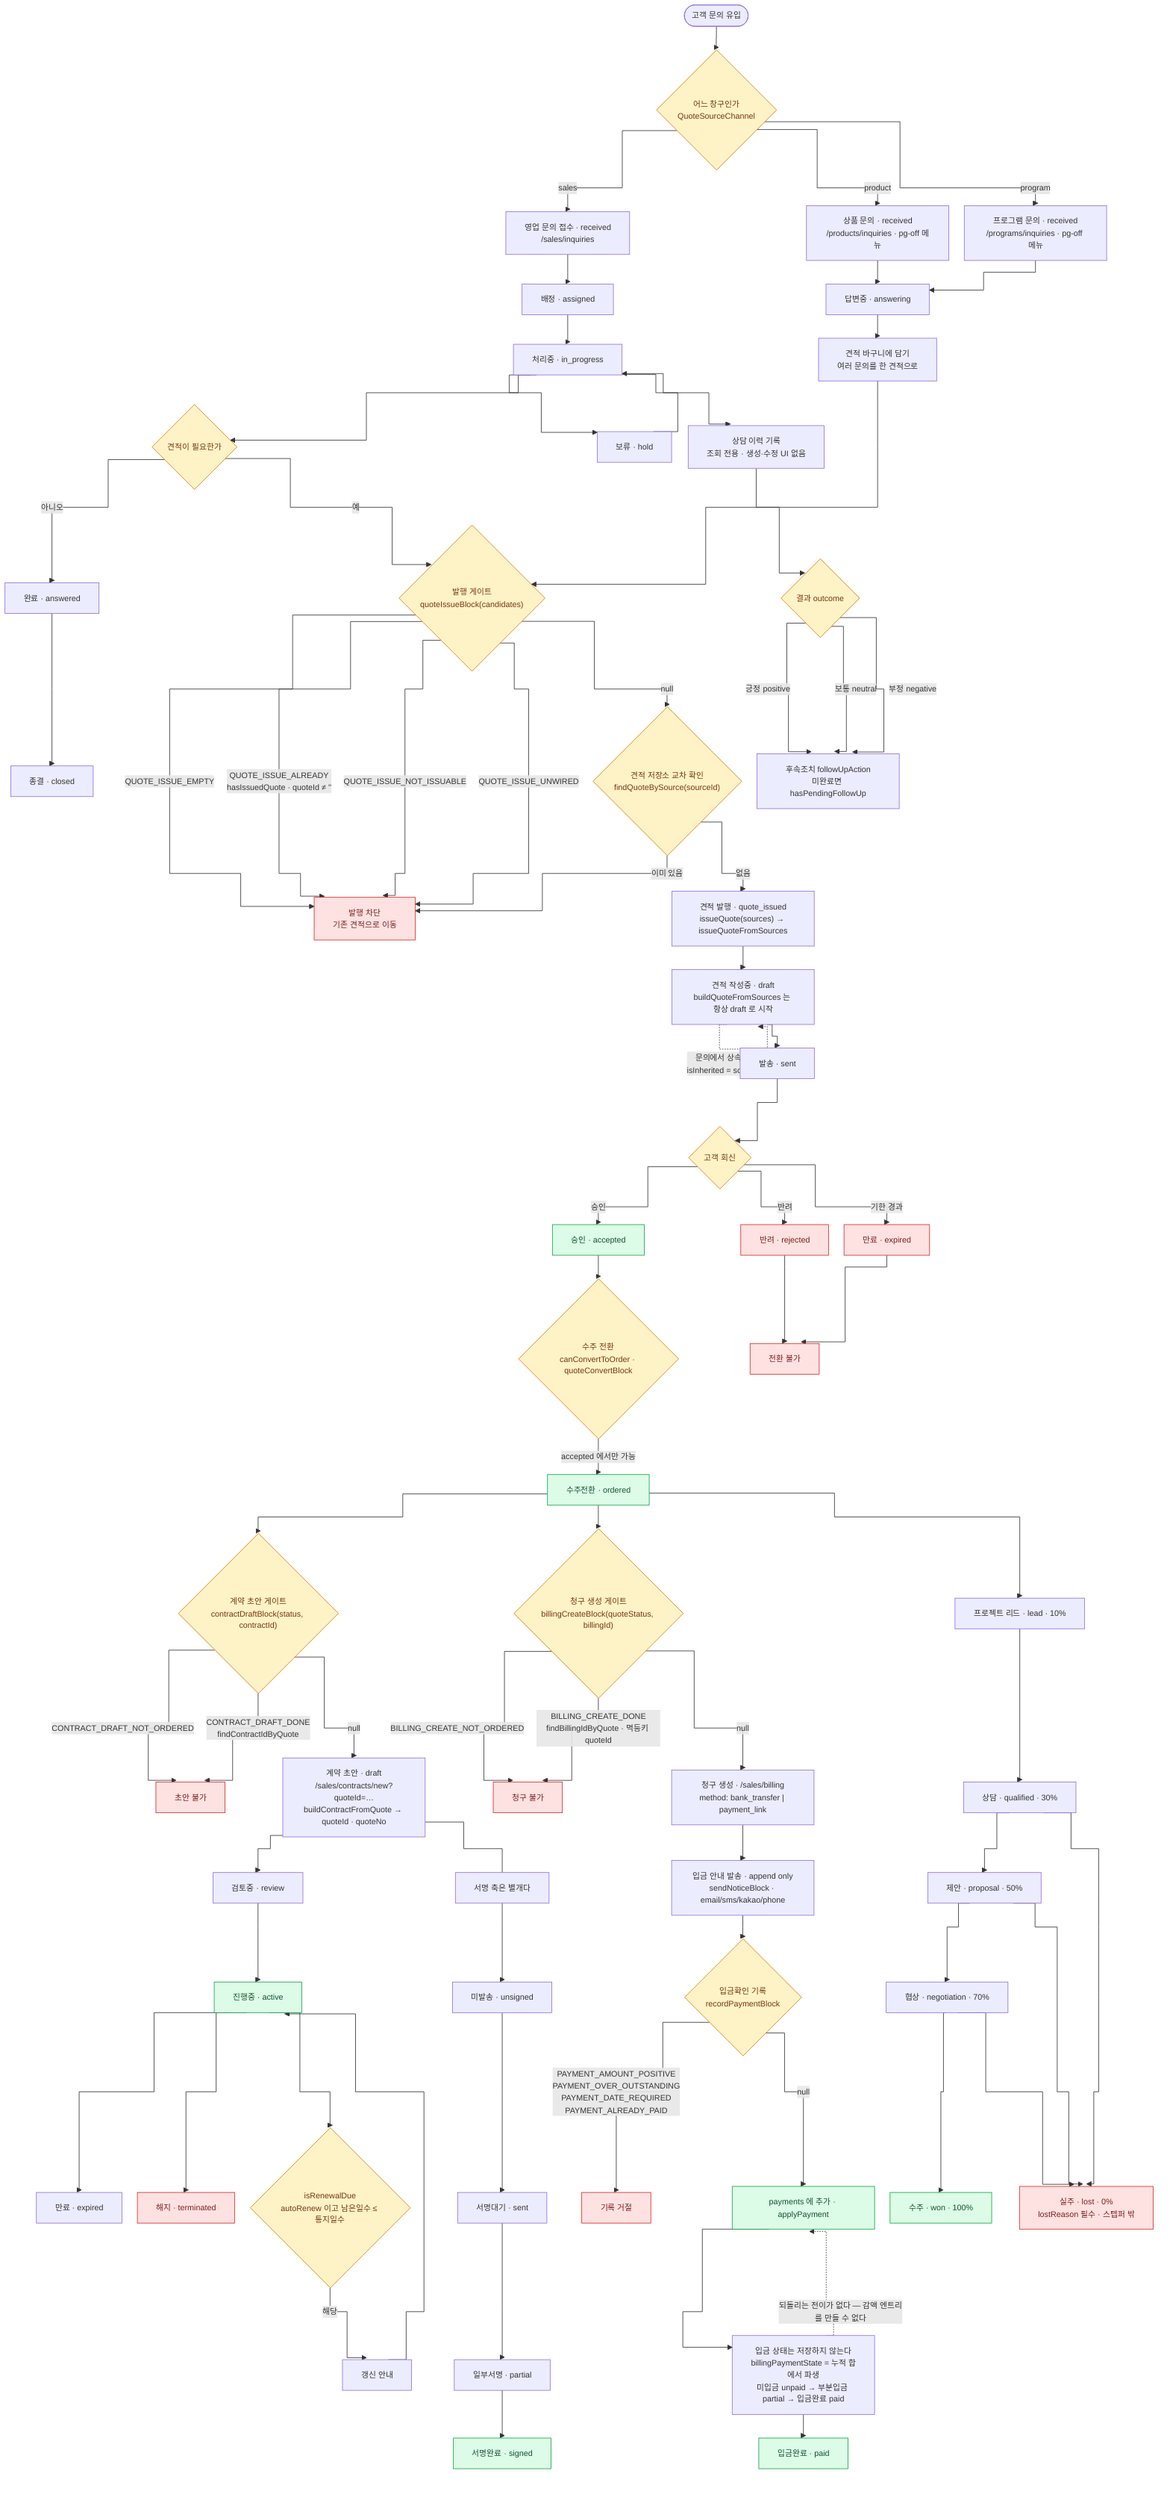
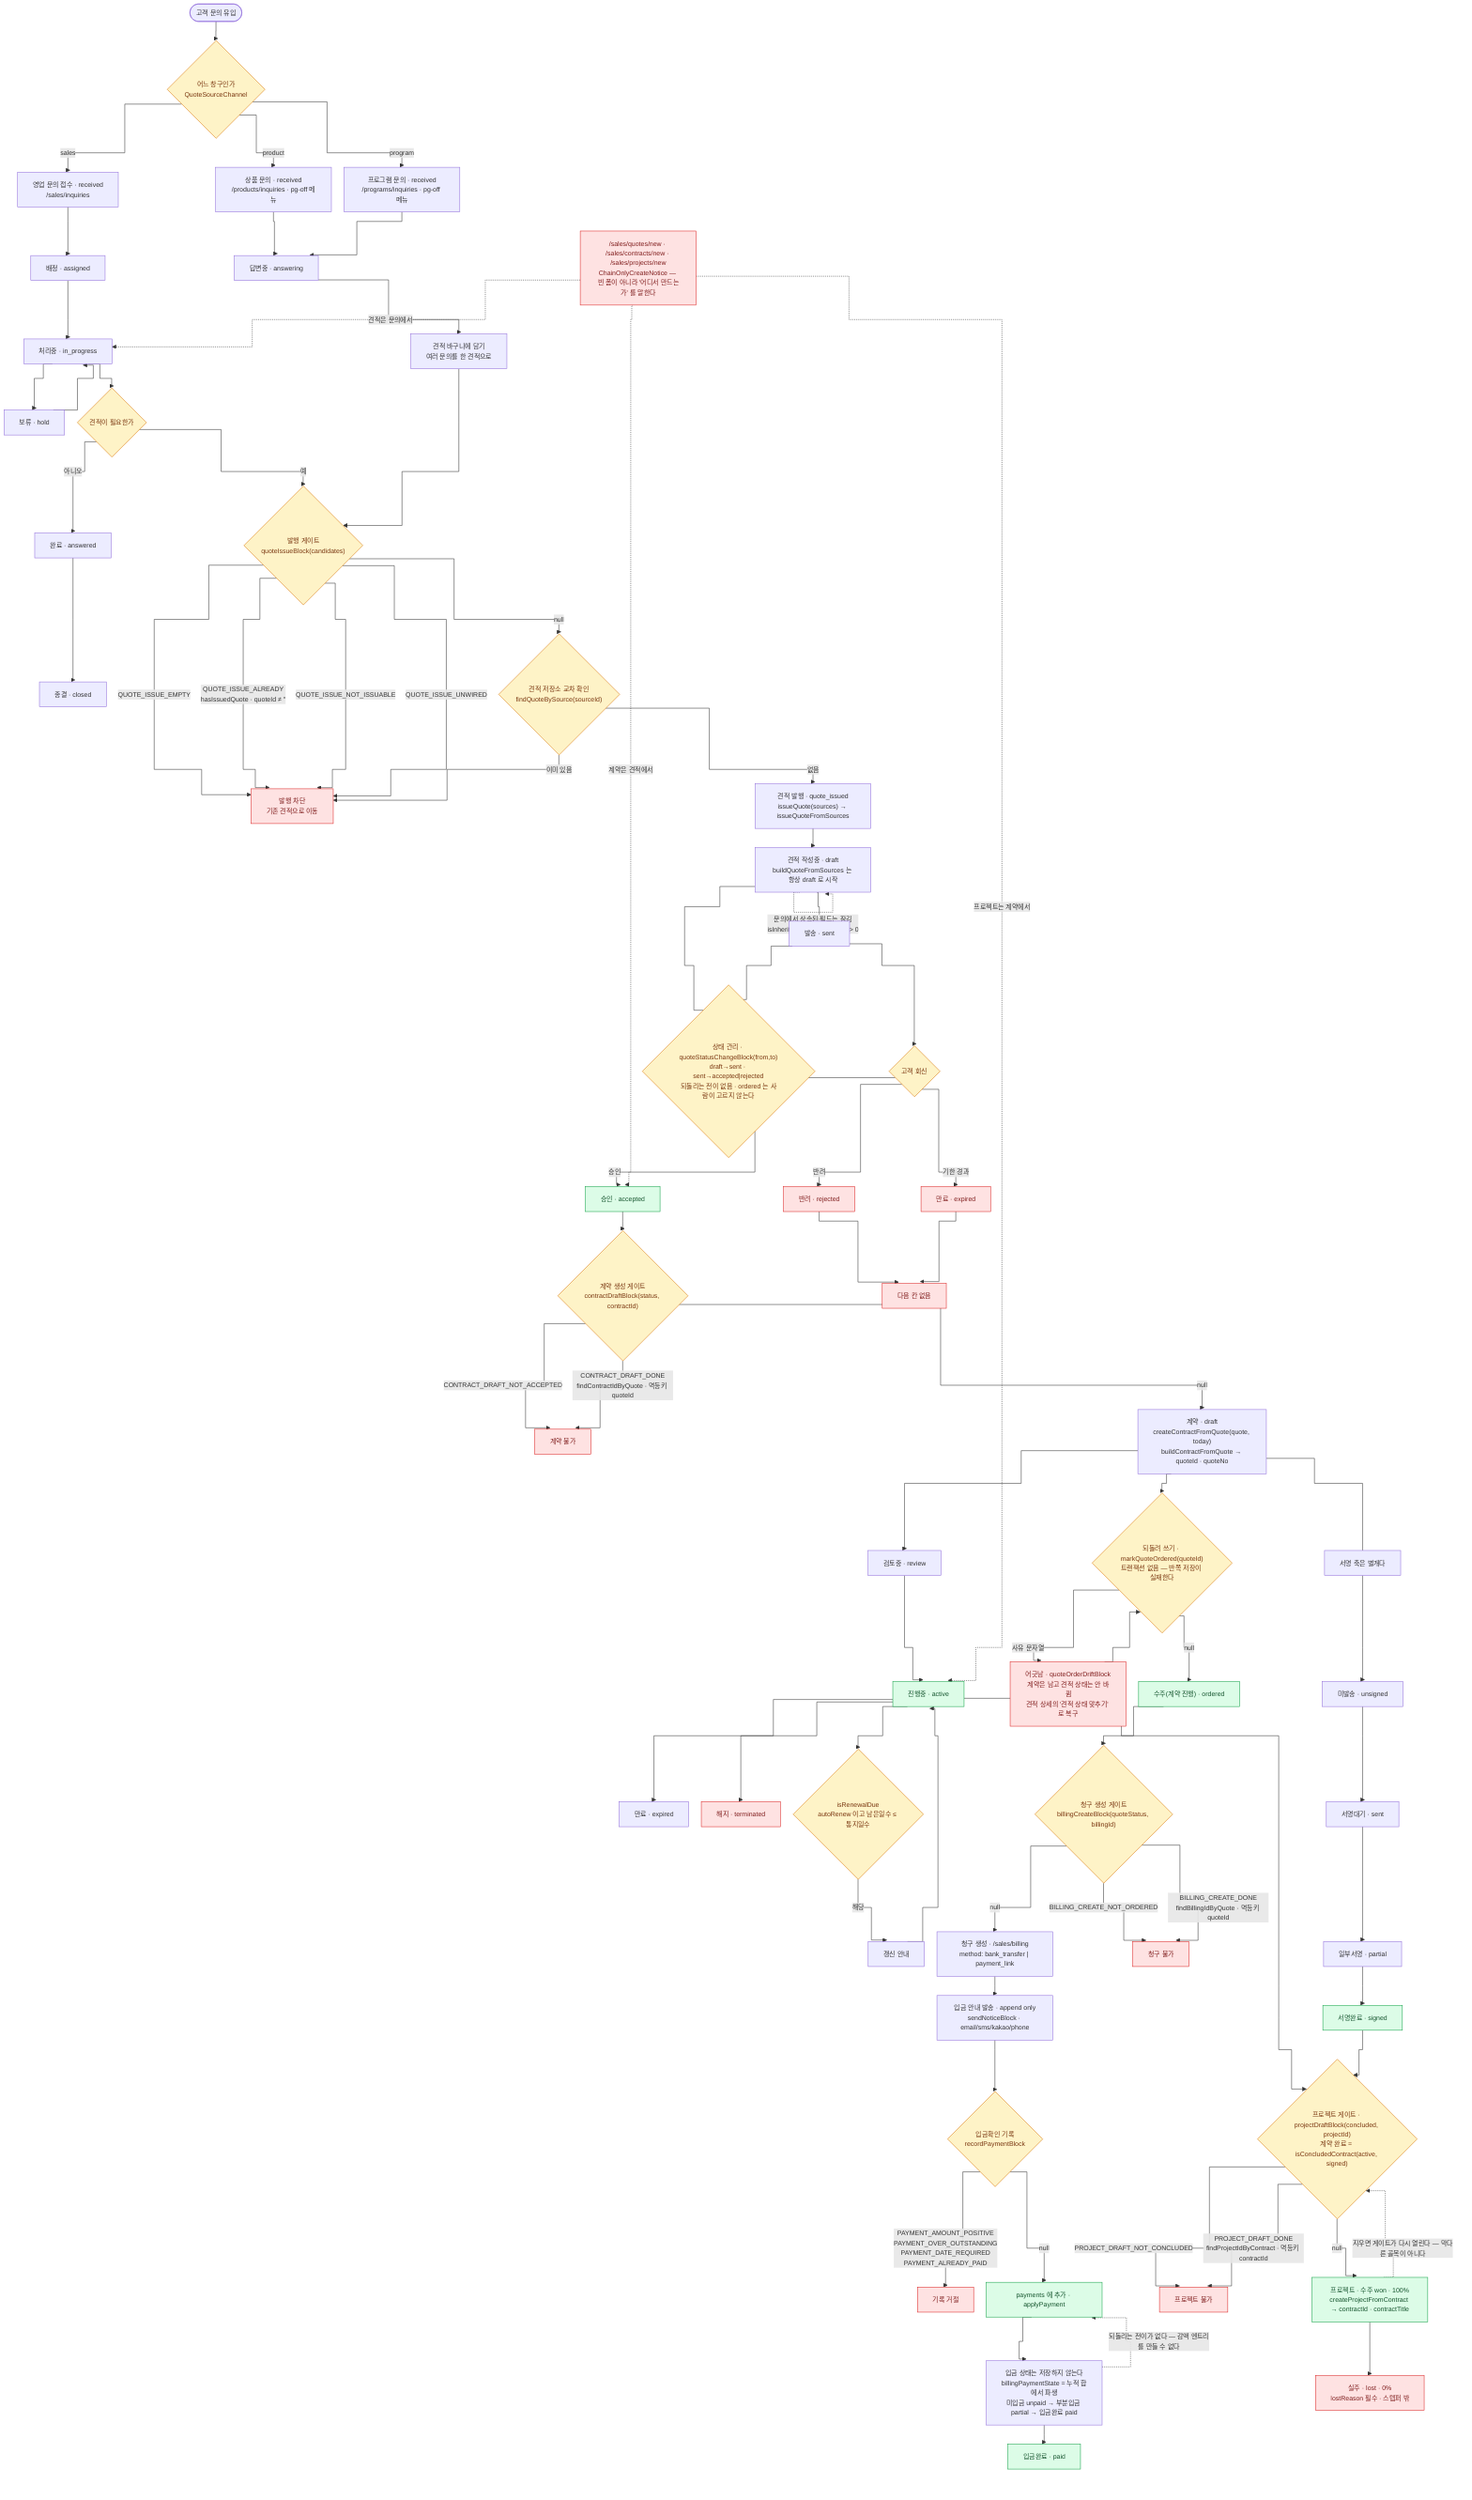
- %% 영업 파이프라인 — 문의 → 견적 → 계약 · 청구·입금 · 프로젝트 (실제 상태값 기준)
+ %% 영업 파이프라인 — 문의 → 견적 → 계약 → 프로젝트 · 청구·입금 (실제 상태값 기준)
+ %% 각 칸은 앞 칸에서만 생긴다 — 수동 등록(/new)은 전부 차단 화면으로 간다
%%{init: {"flowchart": {"curve": "step", "nodeSpacing": 25, "rankSpacing": 38, "wrappingWidth": 170}, "themeVariables": {"fontSize": "13px"}} }%%
flowchart TD
    In0(["고객 문의 유입"]) --> Ch{"어느 창구인가<br/>QuoteSourceChannel"}
    Ch -->|"sales"| I1["영업 문의 접수 · received<br/>/sales/inquiries"]
    Ch -->|"product"| PI["상품 문의 · received<br/>/products/inquiries · pg-off 메뉴"]
    Ch -->|"program"| GI["프로그램 문의 · received<br/>/programs/inquiries · pg-off 메뉴"]

    I1 --> I2["배정 · assigned"] --> I3["처리중 · in_progress"]
    I3 --> IHold["보류 · hold"] --> I3
    PI --> PA["답변중 · answering"]
    GI --> PA
    I3 --> IQ{"견적이 필요한가"}
    PA --> Basket["견적 바구니에 담기<br/>여러 문의를 한 견적으로"]
    IQ -->|"아니오"| I5["완료 · answered"] --> I6["종결 · closed"]
    IQ -->|"예"| Gate
    Basket --> Gate

    Gate{"발행 게이트<br/>quoteIssueBlock(candidates)"}
    Gate -->|"QUOTE_ISSUE_EMPTY"| Blocked
    Gate -->|"QUOTE_ISSUE_ALREADY<br/>hasIssuedQuote · quoteId ≠ ''"| Blocked
    Gate -->|"QUOTE_ISSUE_NOT_ISSUABLE"| Blocked
    Gate -->|"QUOTE_ISSUE_UNWIRED"| Blocked
    Blocked["발행 차단<br/>기존 견적으로 이동"]
    Gate -->|"null"| Cross{"견적 저장소 교차 확인<br/>findQuoteBySource(sourceId)"}
    Cross -->|"이미 있음"| Blocked
    Cross -->|"없음"| Issue["견적 발행 · quote_issued<br/>issueQuote(sources) → issueQuoteFromSources"]

    Issue --> Q1["견적 작성중 · draft<br/>buildQuoteFromSources 는 항상 draft 로 시작"]
    Q1 -.->|"문의에서 상속된 필드는 잠김<br/>isInherited = sources.length > 0"| Q1
    Q1 --> Q2["발송 · sent"]
    Q2 --> QRes{"고객 회신"}
    QRes -->|"승인"| Q3["승인 · accepted"]
    QRes -->|"반려"| Q4["반려 · rejected"]
    QRes -->|"기한 경과"| Q5["만료 · expired"]

-     Q3 --> Conv{"수주 전환<br/>canConvertToOrder · quoteConvertBlock"}
-     Q4 --> NoConv["전환 불가"]
+     QMan{"상태 관리 · quoteStatusChangeBlock(from,to)<br/>draft→sent · sent→accepted|rejected<br/>되돌리는 전이 없음 · ordered 는 사람이 고르지 않는다"}
+     Q1 --- QMan
+     Q2 --- QMan
+ 
+     Q3 --> CGate{"계약 생성 게이트<br/>contractDraftBlock(status, contractId)"}
+     Q4 --> NoConv["다음 칸 없음"]
    Q5 --> NoConv
-     Conv -->|"accepted 에서만 가능"| Q6["수주전환 · ordered"]
+     CGate -->|"CONTRACT_DRAFT_NOT_ACCEPTED"| CNo["계약 불가"]
+     CGate -->|"CONTRACT_DRAFT_DONE<br/>findContractIdByQuote · 멱등키 quoteId"| CNo
+     CGate -->|"null"| C1["계약 · draft<br/>createContractFromQuote(quote, today)<br/>buildContractFromQuote → quoteId · quoteNo"]

-     Q6 --> CGate{"계약 초안 게이트<br/>contractDraftBlock(status, contractId)"}
-     CGate -->|"CONTRACT_DRAFT_NOT_ORDERED"| CNo["초안 불가"]
-     CGate -->|"CONTRACT_DRAFT_DONE<br/>findContractIdByQuote"| CNo
-     CGate -->|"null"| C1["계약 초안 · draft<br/>/sales/contracts/new?quoteId=…<br/>buildContractFromQuote → quoteId · quoteNo"]
+     C1 --> WB{"되돌려 쓰기 · markQuoteOrdered(quoteId)<br/>트랜잭션 없음 — 반쪽 저장이 실재한다"}
+     WB -->|"null"| Q6["수주(계약 진행) · ordered"]
+     WB -->|"사유 문자열"| Drift["어긋남 · quoteOrderDriftBlock<br/>계약은 남고 견적 상태는 안 바뀜<br/>견적 상세의 '견적 상태 맞추기' 로 복구"]
+     Drift --> WB
+ 
    C1 --> C2["검토중 · review"] --> C3["진행중 · active"]
    C3 --> C4["만료 · expired"]
    C3 --> C5["해지 · terminated"]
    C3 --> Renew{"isRenewalDue<br/>autoRenew 이고 남은일수 ≤ 통지일수"}
    Renew -->|"해당"| RenewAct["갱신 안내"] --> C3

    C1 --- S0["서명 축은 별개다"]
    S0 --> S1["미발송 · unsigned"] --> S2["서명대기 · sent"] --> S3["일부서명 · partial"] --> S4["서명완료 · signed"]

    Q6 --> BGate{"청구 생성 게이트<br/>billingCreateBlock(quoteStatus, billingId)"}
    BGate -->|"BILLING_CREATE_NOT_ORDERED"| BNo["청구 불가"]
    BGate -->|"BILLING_CREATE_DONE<br/>findBillingIdByQuote · 멱등키 quoteId"| BNo
    BGate -->|"null"| B1["청구 생성 · /sales/billing<br/>method: bank_transfer | payment_link"]
    B1 --> B2["입금 안내 발송 · append only<br/>sendNoticeBlock · email/sms/kakao/phone"]
    B2 --> B3{"입금확인 기록<br/>recordPaymentBlock"}
    B3 -->|"PAYMENT_AMOUNT_POSITIVE<br/>PAYMENT_OVER_OUTSTANDING<br/>PAYMENT_DATE_REQUIRED<br/>PAYMENT_ALREADY_PAID"| BErr["기록 거절"]
    B3 -->|"null"| B4["payments 에 추가 · applyPayment"]
    B4 --> BState["입금 상태는 저장하지 않는다<br/>billingPaymentState = 누적 합에서 파생<br/>미입금 unpaid → 부분입금 partial → 입금완료 paid"]
    BState -.->|"되돌리는 전이가 없다 — 감액 엔트리를 만들 수 없다"| B4
    BState --> BOk["입금완료 · paid"]

-     Q6 --> P1["프로젝트 리드 · lead · 10%"]
-     P1 --> P2["상담 · qualified · 30%"] --> P3["제안 · proposal · 50%"] --> P4["협상 · negotiation · 70%"] --> P5["수주 · won · 100%"]
-     P2 --> PL["실주 · lost · 0%<br/>lostReason 필수 · 스텝퍼 밖"]
-     P3 --> PL
-     P4 --> PL
+     C3 --> PGate{"프로젝트 게이트 · projectDraftBlock(concluded, projectId)<br/>계약 완료 = isConcludedContract(active, signed)"}
+     S4 --> PGate
+     PGate -->|"PROJECT_DRAFT_NOT_CONCLUDED"| PNo["프로젝트 불가"]
+     PGate -->|"PROJECT_DRAFT_DONE<br/>findProjectIdByContract · 멱등키 contractId"| PNo
+     PGate -->|"null"| P5["프로젝트 · 수주 won · 100%<br/>createProjectFromContract → contractId · contractTitle"]
+     P5 --> PL["실주 · lost · 0%<br/>lostReason 필수 · 스텝퍼 밖"]
+     P5 -.->|"지우면 게이트가 다시 열린다 — 막다른 골목이 아니다"| PGate

-     I3 --> CS["상담 이력 기록<br/>조회 전용 · 생성·수정 UI 없음"]
-     CS --> CSO{"결과 outcome"}
-     CSO -->|"긍정 positive"| CSF
-     CSO -->|"보통 neutral"| CSF
-     CSO -->|"부정 negative"| CSF
-     CSF["후속조치 followUpAction<br/>미완료면 hasPendingFollowUp"]
+     NewBlocked["/sales/quotes/new · /sales/contracts/new · /sales/projects/new<br/>ChainOnlyCreateNotice — 빈 폼이 아니라 '어디서 만드는가' 를 말한다"]
+     NewBlocked -.->|"견적은 문의에서"| I3
+     NewBlocked -.->|"계약은 견적에서"| Q3
+     NewBlocked -.->|"프로젝트는 계약에서"| C3

    classDef gate fill:#fef3c7,stroke:#d97706,color:#78350f
    classDef err fill:#fee2e2,stroke:#dc2626,color:#7f1d1d
    classDef ok fill:#dcfce7,stroke:#16a34a,color:#14532d
-     class Ch,IQ,Gate,Cross,QRes,Conv,CGate,BGate,B3,Renew,CSO gate
-     class Blocked,NoConv,CNo,BNo,BErr,Q4,Q5,C5,PL err
+     class Ch,IQ,Gate,Cross,QRes,QMan,CGate,WB,BGate,PGate,B3,Renew gate
+     class Blocked,NoConv,CNo,BNo,PNo,BErr,Drift,NewBlocked,Q4,Q5,C5,PL err
    class Q3,Q6,C3,B4,BOk,P5,S4 ok
